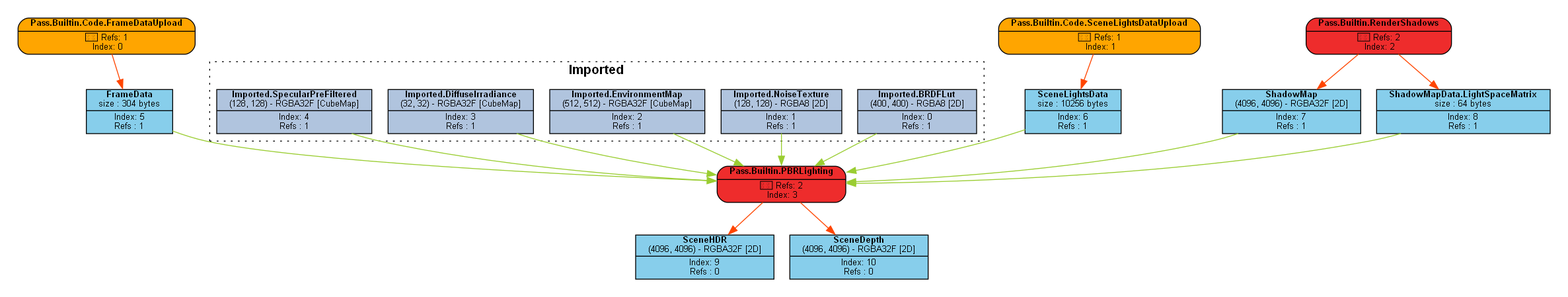
This is Engine/content/FrameGraphs/PNG/pbr_lighting_data_driven.png from Pikachuxxxx/Razix, a Graphviz export, as it was before one commit. Its source is kept beside it as Engine/content/FrameGraphs/pbr_lighting_data_driven.dot. Its diagram source:
```dot
digraph FrameGraph {
graph [style=invis, rankdir="TB" ordering=out, splines=spline]
node [shape=record, fontname="helvetica", fontsize=10, margin="0.2,0.03"]

P0 [label=<{ {<B>Pass.Builtin.Code.FrameDataUpload</B>} | {&#x2605; Refs: 1<BR/> Index: 0} }> style="rounded,filled", fillcolor=orange]
P1 [label=<{ {<B>Pass.Builtin.Code.SceneLightsDataUpload</B>} | {&#x2605; Refs: 1<BR/> Index: 1} }> style="rounded,filled", fillcolor=orange]
P2 [label=<{ {<B>Pass.Builtin.RenderShadows</B>} | {&#x2605; Refs: 2<BR/> Index: 2} }> style="rounded,filled", fillcolor=firebrick2]
P3 [label=<{ {<B>Pass.Builtin.PBRLighting</B>} | {&#x2605; Refs: 2<BR/> Index: 3} }> style="rounded,filled", fillcolor=firebrick2]

R0_1 [label=<{ {<B>Imported.BRDFLut</B><BR/>(400, 400) - RGBA8 [2D]} | {Index: 0<BR/>Refs : 1} }> style=filled, fillcolor=lightsteelblue]
R1_1 [label=<{ {<B>Imported.NoiseTexture</B><BR/>(128, 128) - RGBA8 [2D]} | {Index: 1<BR/>Refs : 1} }> style=filled, fillcolor=lightsteelblue]
R2_1 [label=<{ {<B>Imported.EnvironmentMap</B><BR/>(512, 512) - RGBA32F [CubeMap]} | {Index: 2<BR/>Refs : 1} }> style=filled, fillcolor=lightsteelblue]
R3_1 [label=<{ {<B>Imported.DiffuseIrradiance</B><BR/>(32, 32) - RGBA32F [CubeMap]} | {Index: 3<BR/>Refs : 1} }> style=filled, fillcolor=lightsteelblue]
R4_1 [label=<{ {<B>Imported.SpecularPreFiltered</B><BR/>(128, 128) - RGBA32F [CubeMap]} | {Index: 4<BR/>Refs : 1} }> style=filled, fillcolor=lightsteelblue]
R5_1 [label=<{ {<B>FrameData</B><BR/>size : 304 bytes} | {Index: 5<BR/>Refs : 1} }> style=filled, fillcolor=skyblue]
R6_1 [label=<{ {<B>SceneLightsData</B><BR/>size : 10256 bytes} | {Index: 6<BR/>Refs : 1} }> style=filled, fillcolor=skyblue]
R7_1 [label=<{ {<B>ShadowMap</B><BR/>(4096, 4096) - RGBA32F [2D]} | {Index: 7<BR/>Refs : 1} }> style=filled, fillcolor=skyblue]
R8_1 [label=<{ {<B>ShadowMapData.LightSpaceMatrix</B><BR/>size : 64 bytes} | {Index: 8<BR/>Refs : 1} }> style=filled, fillcolor=skyblue]
R9_1 [label=<{ {<B>SceneHDR</B><BR/>(4096, 4096) - RGBA32F [2D]} | {Index: 9<BR/>Refs : 0} }> style=filled, fillcolor=skyblue]
R10_1 [label=<{ {<B>SceneDepth</B><BR/>(4096, 4096) - RGBA32F [2D]} | {Index: 10<BR/>Refs : 0} }> style=filled, fillcolor=skyblue]

P0 -> { R5_1 } [color=orangered]
P1 -> { R6_1 } [color=orangered]
P2 -> { R7_1 R8_1 } [color=orangered]
P3 -> { R9_1 R10_1 } [color=orangered]

R0_1 -> { P3 } [color=olivedrab3]
R1_1 -> { P3 } [color=olivedrab3]
R2_1 -> { P3 } [color=olivedrab3]
R3_1 -> { P3 } [color=olivedrab3]
R4_1 -> { P3 } [color=olivedrab3]
R5_1 -> { P3 } [color=olivedrab3]
R6_1 -> { P3 } [color=olivedrab3]
R7_1 -> { P3 } [color=olivedrab3]
R8_1 -> { P3 } [color=olivedrab3]
R9_1 -> { } [color=olivedrab3]
R10_1 -> { } [color=olivedrab3]

subgraph cluster_0 {
P0 R5_1
}
subgraph cluster_1 {
P1 R6_1
}
subgraph cluster_2 {
P2 R7_1 R8_1
}
subgraph cluster_3 {
P3 R9_1 R10_1
}

subgraph cluster_imported_resources {
graph [style=dotted, fontname="helvetica", label=< <B>Imported</B> >]
R0_1 R1_1 R2_1 R3_1 R4_1
}

}
```
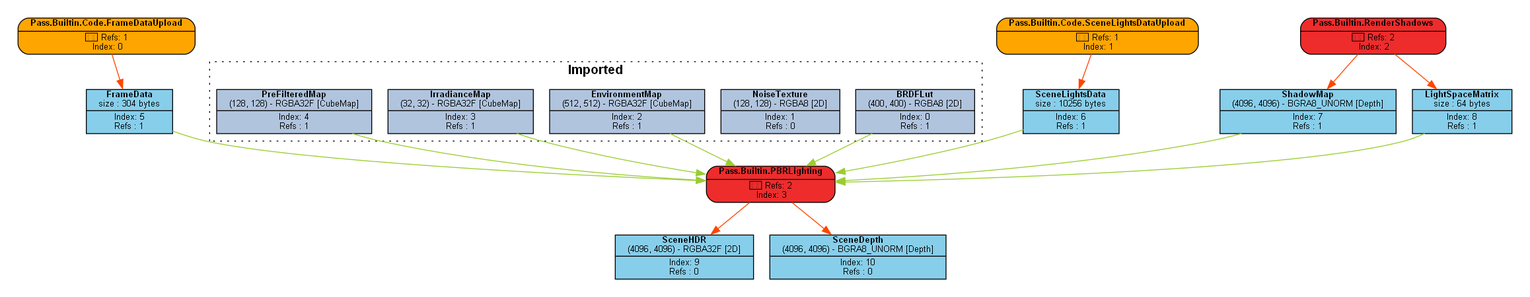
Above is the later version.

The edit, as a diff of the source:
```diff
@@ -7,17 +7,17 @@
 P2 [label=<{ {<B>Pass.Builtin.RenderShadows</B>} | {&#x2605; Refs: 2<BR/> Index: 2} }> style="rounded,filled", fillcolor=firebrick2]
 P3 [label=<{ {<B>Pass.Builtin.PBRLighting</B>} | {&#x2605; Refs: 2<BR/> Index: 3} }> style="rounded,filled", fillcolor=firebrick2]
 
-R0_1 [label=<{ {<B>Imported.BRDFLut</B><BR/>(400, 400) - RGBA8 [2D]} | {Index: 0<BR/>Refs : 1} }> style=filled, fillcolor=lightsteelblue]
-R1_1 [label=<{ {<B>Imported.NoiseTexture</B><BR/>(128, 128) - RGBA8 [2D]} | {Index: 1<BR/>Refs : 1} }> style=filled, fillcolor=lightsteelblue]
-R2_1 [label=<{ {<B>Imported.EnvironmentMap</B><BR/>(512, 512) - RGBA32F [CubeMap]} | {Index: 2<BR/>Refs : 1} }> style=filled, fillcolor=lightsteelblue]
-R3_1 [label=<{ {<B>Imported.DiffuseIrradiance</B><BR/>(32, 32) - RGBA32F [CubeMap]} | {Index: 3<BR/>Refs : 1} }> style=filled, fillcolor=lightsteelblue]
-R4_1 [label=<{ {<B>Imported.SpecularPreFiltered</B><BR/>(128, 128) - RGBA32F [CubeMap]} | {Index: 4<BR/>Refs : 1} }> style=filled, fillcolor=lightsteelblue]
+R0_1 [label=<{ {<B>BrdfLUT</B><BR/>(400, 400) - RGBA8 [2D]} | {Index: 0<BR/>Refs : 1} }> style=filled, fillcolor=lightsteelblue]
+R1_1 [label=<{ {<B>NoiseTexture</B><BR/>(128, 128) - RGBA8 [2D]} | {Index: 1<BR/>Refs : 0} }> style=filled, fillcolor=lightsteelblue]
+R2_1 [label=<{ {<B>EnvironmentMap</B><BR/>(512, 512) - RGBA32F [CubeMap]} | {Index: 2<BR/>Refs : 1} }> style=filled, fillcolor=lightsteelblue]
+R3_1 [label=<{ {<B>IrradianceMap</B><BR/>(32, 32) - RGBA32F [CubeMap]} | {Index: 3<BR/>Refs : 1} }> style=filled, fillcolor=lightsteelblue]
+R4_1 [label=<{ {<B>PreFilteredMap</B><BR/>(128, 128) - RGBA32F [CubeMap]} | {Index: 4<BR/>Refs : 1} }> style=filled, fillcolor=lightsteelblue]
 R5_1 [label=<{ {<B>FrameData</B><BR/>size : 304 bytes} | {Index: 5<BR/>Refs : 1} }> style=filled, fillcolor=skyblue]
 R6_1 [label=<{ {<B>SceneLightsData</B><BR/>size : 10256 bytes} | {Index: 6<BR/>Refs : 1} }> style=filled, fillcolor=skyblue]
-R7_1 [label=<{ {<B>ShadowMap</B><BR/>(4096, 4096) - RGBA32F [2D]} | {Index: 7<BR/>Refs : 1} }> style=filled, fillcolor=skyblue]
-R8_1 [label=<{ {<B>ShadowMapData.LightSpaceMatrix</B><BR/>size : 64 bytes} | {Index: 8<BR/>Refs : 1} }> style=filled, fillcolor=skyblue]
+R7_1 [label=<{ {<B>ShadowMap</B><BR/>(4096, 4096) - BGRA8_UNORM [Depth]} | {Index: 7<BR/>Refs : 1} }> style=filled, fillcolor=skyblue]
+R8_1 [label=<{ {<B>LightSpaceMatrix</B><BR/>size : 64 bytes} | {Index: 8<BR/>Refs : 1} }> style=filled, fillcolor=skyblue]
 R9_1 [label=<{ {<B>SceneHDR</B><BR/>(4096, 4096) - RGBA32F [2D]} | {Index: 9<BR/>Refs : 0} }> style=filled, fillcolor=skyblue]
-R10_1 [label=<{ {<B>SceneDepth</B><BR/>(4096, 4096) - RGBA32F [2D]} | {Index: 10<BR/>Refs : 0} }> style=filled, fillcolor=skyblue]
+R10_1 [label=<{ {<B>SceneDepth</B><BR/>(4096, 4096) - BGRA8_UNORM [Depth]} | {Index: 10<BR/>Refs : 0} }> style=filled, fillcolor=skyblue]
 
 P0 -> { R5_1 } [color=orangered]
 P1 -> { R6_1 } [color=orangered]
@@ -25,7 +25,7 @@
 P3 -> { R9_1 R10_1 } [color=orangered]
 
 R0_1 -> { P3 } [color=olivedrab3]
-R1_1 -> { P3 } [color=olivedrab3]
+R1_1 -> { } [color=olivedrab3]
 R2_1 -> { P3 } [color=olivedrab3]
 R3_1 -> { P3 } [color=olivedrab3]
 R4_1 -> { P3 } [color=olivedrab3]
```
